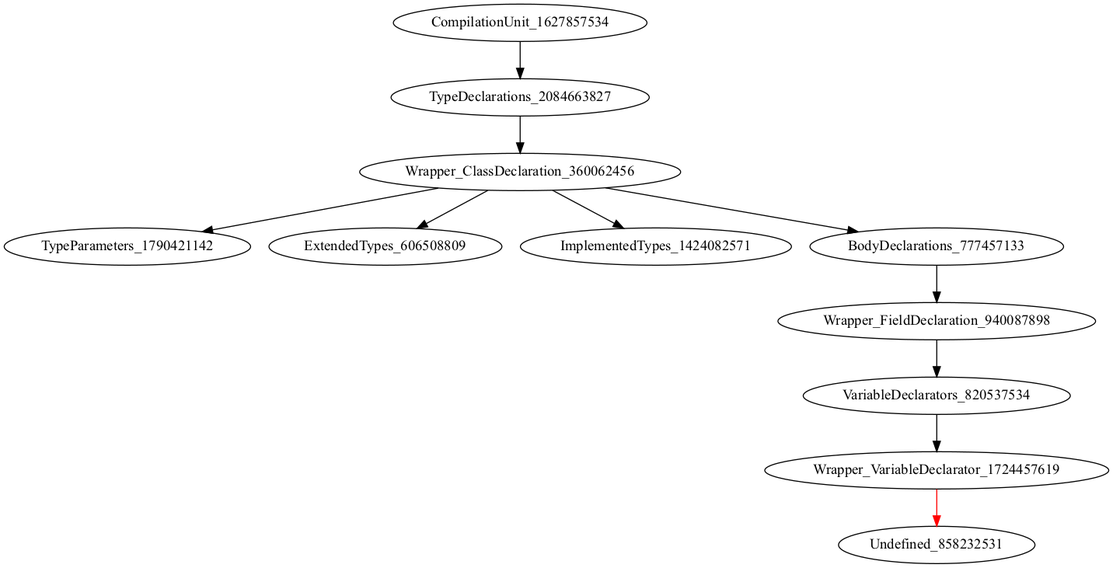
This is holeAST.png from icse2023material/VoiceJava, a Graphviz export, as it was before one commit. Its source is kept beside it as holeAST.dot. Its diagram source:
```dot
digraph {
CompilationUnit_1627857534 -> TypeDeclarations_2084663827
TypeDeclarations_2084663827 -> Wrapper_ClassDeclaration_360062456
Wrapper_ClassDeclaration_360062456 -> TypeParameters_1790421142
Wrapper_ClassDeclaration_360062456 -> ExtendedTypes_606508809
Wrapper_ClassDeclaration_360062456 -> ImplementedTypes_1424082571
Wrapper_ClassDeclaration_360062456 -> BodyDeclarations_777457133
BodyDeclarations_777457133 -> Wrapper_FieldDeclaration_940087898
Wrapper_FieldDeclaration_940087898 -> VariableDeclarators_820537534
VariableDeclarators_820537534 -> Wrapper_VariableDeclarator_1724457619
Wrapper_VariableDeclarator_1724457619 -> Undefined_858232531 [color = red]
}
```
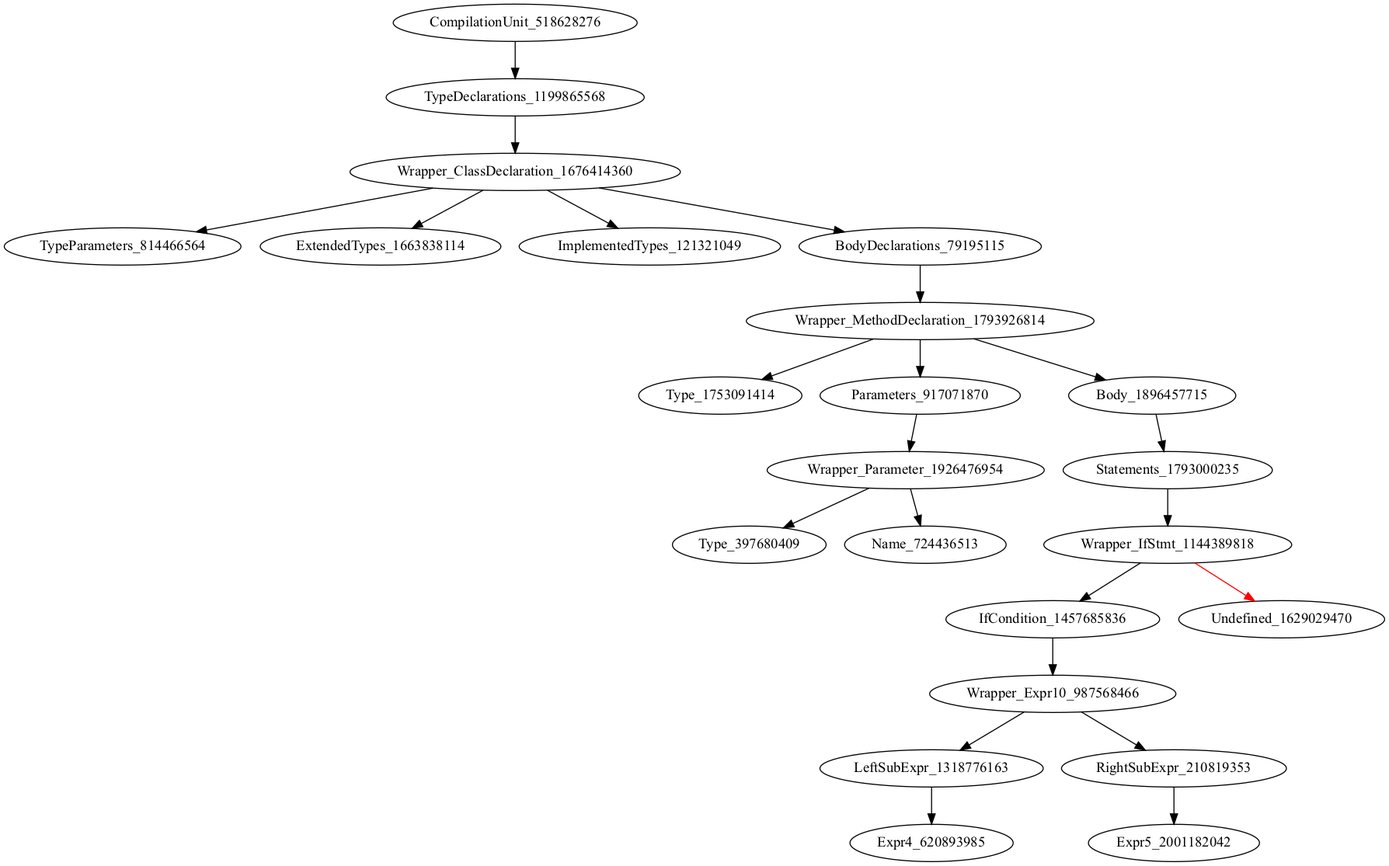
After the commit.

Change to the diagram source:
```diff
@@ -1,12 +1,24 @@
 digraph {
-CompilationUnit_1627857534 -> TypeDeclarations_2084663827
-TypeDeclarations_2084663827 -> Wrapper_ClassDeclaration_360062456
-Wrapper_ClassDeclaration_360062456 -> TypeParameters_1790421142
-Wrapper_ClassDeclaration_360062456 -> ExtendedTypes_606508809
-Wrapper_ClassDeclaration_360062456 -> ImplementedTypes_1424082571
-Wrapper_ClassDeclaration_360062456 -> BodyDeclarations_777457133
-BodyDeclarations_777457133 -> Wrapper_FieldDeclaration_940087898
-Wrapper_FieldDeclaration_940087898 -> VariableDeclarators_820537534
-VariableDeclarators_820537534 -> Wrapper_VariableDeclarator_1724457619
-Wrapper_VariableDeclarator_1724457619 -> Undefined_858232531 [color = red]
+CompilationUnit_518628276 -> TypeDeclarations_1199865568
+TypeDeclarations_1199865568 -> Wrapper_ClassDeclaration_1676414360
+Wrapper_ClassDeclaration_1676414360 -> TypeParameters_814466564
+Wrapper_ClassDeclaration_1676414360 -> ExtendedTypes_1663838114
+Wrapper_ClassDeclaration_1676414360 -> ImplementedTypes_121321049
+Wrapper_ClassDeclaration_1676414360 -> BodyDeclarations_79195115
+BodyDeclarations_79195115 -> Wrapper_MethodDeclaration_1793926814
+Wrapper_MethodDeclaration_1793926814 -> Type_1753091414
+Wrapper_MethodDeclaration_1793926814 -> Parameters_917071870
+Wrapper_MethodDeclaration_1793926814 -> Body_1896457715
+Parameters_917071870 -> Wrapper_Parameter_1926476954
+Body_1896457715 -> Statements_1793000235
+Wrapper_Parameter_1926476954 -> Type_397680409
+Wrapper_Parameter_1926476954 -> Name_724436513
+Statements_1793000235 -> Wrapper_IfStmt_1144389818
+Wrapper_IfStmt_1144389818 -> IfCondition_1457685836
+Wrapper_IfStmt_1144389818 -> Undefined_1629029470 [color = red]
+IfCondition_1457685836 -> Wrapper_Expr10_987568466
+Wrapper_Expr10_987568466 -> LeftSubExpr_1318776163
+Wrapper_Expr10_987568466 -> RightSubExpr_210819353
+LeftSubExpr_1318776163 -> Expr4_620893985
+RightSubExpr_210819353 -> Expr5_2001182042
 }
```
